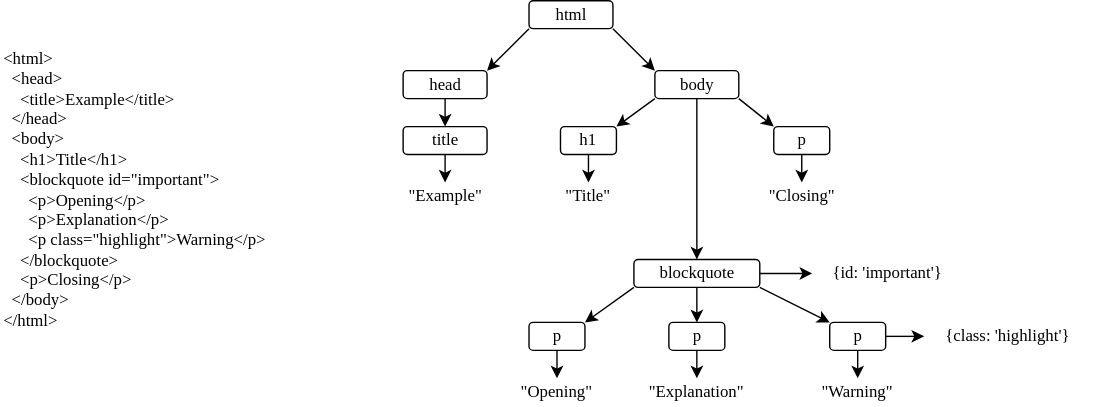
gvwilson/thirdbit keeps this draw.io diagram as sdxpy/check/dom_tree.svg. Above is the earlier version. Source tidied: cells renumbered, new cells last; positions are measured from the earlier drawing's top-left corner, leaving out a move shared by most shapes.
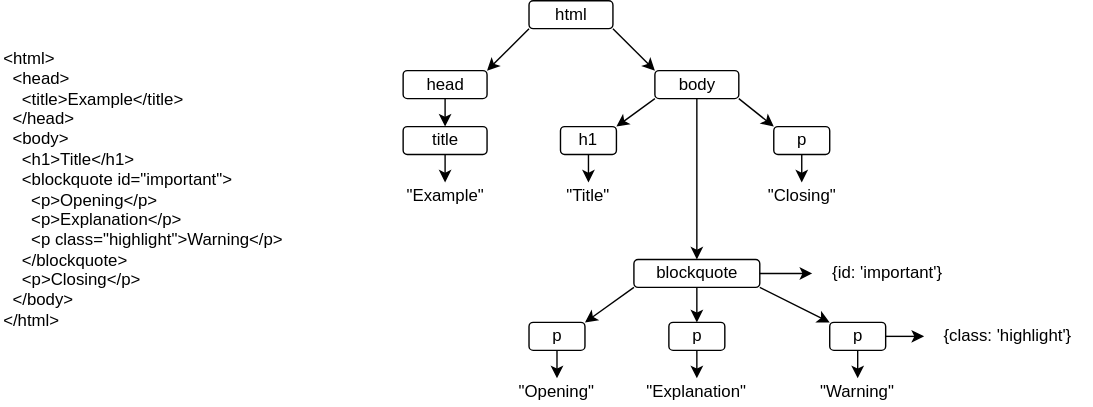
After the commit.

Diff of the diagram source:
```diff
@@ -2,106 +2,106 @@
   <root>
     <mxCell id="0" />
     <mxCell id="1" parent="0" />
-    <mxCell id="2" value="&lt;font style=&quot;font-size: 12px;&quot;&gt;&amp;lt;html&amp;gt;&lt;br&gt;&amp;nbsp; &amp;lt;head&amp;gt;&lt;br&gt;&amp;nbsp; &amp;nbsp; &amp;lt;title&amp;gt;Example&amp;lt;/title&amp;gt;&lt;br&gt;&amp;nbsp; &amp;lt;/head&amp;gt;&lt;br&gt;&amp;nbsp; &amp;lt;body&amp;gt;&lt;br&gt;&amp;nbsp; &amp;nbsp; &amp;lt;h1&amp;gt;Title&amp;lt;/h1&amp;gt;&lt;br&gt;&amp;nbsp; &amp;nbsp; &amp;lt;blockquote id=&quot;important&quot;&amp;gt;&lt;br&gt;&amp;nbsp; &amp;nbsp; &amp;nbsp; &amp;lt;p&amp;gt;Opening&amp;lt;/p&amp;gt;&lt;br&gt;&amp;nbsp; &amp;nbsp; &amp;nbsp; &amp;lt;p&amp;gt;Explanation&amp;lt;/p&amp;gt;&lt;br&gt;&amp;nbsp; &amp;nbsp; &amp;nbsp; &amp;lt;p class=&quot;highlight&quot;&amp;gt;Warning&amp;lt;/p&amp;gt;&lt;br&gt;&amp;nbsp; &amp;nbsp; &amp;lt;/blockquote&amp;gt;&lt;br&gt;&amp;nbsp; &amp;nbsp; &amp;lt;p&amp;gt;Closing&amp;lt;/p&amp;gt;&lt;br&gt;&amp;nbsp; &amp;lt;/body&amp;gt;&lt;br&gt;&amp;lt;/html&amp;gt;&lt;br&gt;&lt;/font&gt;" style="text;html=1;strokeColor=none;fillColor=none;align=left;verticalAlign=middle;whiteSpace=wrap;rounded=0;fontFamily=Verdana;" parent="1" vertex="1">
+    <mxCell id="2" value="&lt;font style=&quot;font-size: 12px;&quot;&gt;&amp;lt;html&amp;gt;&lt;br&gt;&amp;nbsp; &amp;lt;head&amp;gt;&lt;br&gt;&amp;nbsp; &amp;nbsp; &amp;lt;title&amp;gt;Example&amp;lt;/title&amp;gt;&lt;br&gt;&amp;nbsp; &amp;lt;/head&amp;gt;&lt;br&gt;&amp;nbsp; &amp;lt;body&amp;gt;&lt;br&gt;&amp;nbsp; &amp;nbsp; &amp;lt;h1&amp;gt;Title&amp;lt;/h1&amp;gt;&lt;br&gt;&amp;nbsp; &amp;nbsp; &amp;lt;blockquote id=&quot;important&quot;&amp;gt;&lt;br&gt;&amp;nbsp; &amp;nbsp; &amp;nbsp; &amp;lt;p&amp;gt;Opening&amp;lt;/p&amp;gt;&lt;br&gt;&amp;nbsp; &amp;nbsp; &amp;nbsp; &amp;lt;p&amp;gt;Explanation&amp;lt;/p&amp;gt;&lt;br&gt;&amp;nbsp; &amp;nbsp; &amp;nbsp; &amp;lt;p class=&quot;highlight&quot;&amp;gt;Warning&amp;lt;/p&amp;gt;&lt;br&gt;&amp;nbsp; &amp;nbsp; &amp;lt;/blockquote&amp;gt;&lt;br&gt;&amp;nbsp; &amp;nbsp; &amp;lt;p&amp;gt;Closing&amp;lt;/p&amp;gt;&lt;br&gt;&amp;nbsp; &amp;lt;/body&amp;gt;&lt;br&gt;&amp;lt;/html&amp;gt;&lt;br&gt;&lt;/font&gt;" style="text;html=1;strokeColor=none;fillColor=none;align=left;verticalAlign=middle;whiteSpace=wrap;rounded=0;fontFamily=Helvetica;" parent="1" vertex="1">
       <mxGeometry width="250" height="270" as="geometry" />
     </mxCell>
-    <mxCell id="3" value="html" style="rounded=1;whiteSpace=wrap;html=1;fillColor=none;fontFamily=Verdana;fontSize=12;strokeWidth=1;" parent="1" vertex="1">
+    <mxCell id="3" value="html" style="rounded=1;whiteSpace=wrap;html=1;fillColor=none;fontFamily=Helvetica;fontSize=12;strokeWidth=1;" parent="1" vertex="1">
       <mxGeometry x="377.5" width="60" height="20" as="geometry" />
     </mxCell>
-    <mxCell id="4" value="head" style="rounded=1;whiteSpace=wrap;html=1;fillColor=none;fontFamily=Verdana;fontSize=12;strokeWidth=1;" parent="1" vertex="1">
+    <mxCell id="4" value="head" style="rounded=1;whiteSpace=wrap;html=1;fillColor=none;fontFamily=Helvetica;fontSize=12;strokeWidth=1;" parent="1" vertex="1">
       <mxGeometry x="287.5" y="50" width="60" height="20" as="geometry" />
     </mxCell>
-    <mxCell id="5" value="body" style="rounded=1;whiteSpace=wrap;html=1;fillColor=none;fontFamily=Verdana;fontSize=12;strokeWidth=1;" parent="1" vertex="1">
+    <mxCell id="5" value="body" style="rounded=1;whiteSpace=wrap;html=1;fillColor=none;fontFamily=Helvetica;fontSize=12;strokeWidth=1;" parent="1" vertex="1">
       <mxGeometry x="467.5" y="50" width="60" height="20" as="geometry" />
     </mxCell>
-    <mxCell id="6" style="endArrow=classic;html=1;fontFamily=Verdana;fontSize=12;entryX=1;entryY=0;entryDx=0;entryDy=0;exitX=0;exitY=1;exitDx=0;exitDy=0;strokeWidth=1;" parent="1" edge="1" source="3" target="4">
+    <mxCell id="6" style="endArrow=classic;html=1;fontFamily=Helvetica;fontSize=12;entryX=1;entryY=0;entryDx=0;entryDy=0;exitX=0;exitY=1;exitDx=0;exitDy=0;strokeWidth=1;" parent="1" edge="1" source="3" target="4">
       <mxGeometry relative="1" as="geometry" />
     </mxCell>
-    <mxCell id="7" style="endArrow=classic;html=1;fontFamily=Verdana;fontSize=12;entryX=0;entryY=0;entryDx=0;entryDy=0;exitX=1;exitY=1;exitDx=0;exitDy=0;strokeWidth=1;" parent="1" edge="1" source="3" target="5">
+    <mxCell id="7" style="endArrow=classic;html=1;fontFamily=Helvetica;fontSize=12;entryX=0;entryY=0;entryDx=0;entryDy=0;exitX=1;exitY=1;exitDx=0;exitDy=0;strokeWidth=1;" parent="1" edge="1" source="3" target="5">
       <mxGeometry relative="1" as="geometry" />
     </mxCell>
-    <mxCell id="8" style="endArrow=classic;html=1;fontFamily=Verdana;fontSize=12;exitX=0.5;exitY=1;exitDx=0;exitDy=0;strokeWidth=1;entryX=0.5;entryY=0;entryDx=0;entryDy=0;" parent="1" edge="1" source="4" target="23">
+    <mxCell id="8" style="endArrow=classic;html=1;fontFamily=Helvetica;fontSize=12;exitX=0.5;exitY=1;exitDx=0;exitDy=0;strokeWidth=1;entryX=0.5;entryY=0;entryDx=0;entryDy=0;" parent="1" edge="1" source="4" target="23">
       <mxGeometry relative="1" as="geometry" />
     </mxCell>
-    <mxCell id="9" value="h1" style="rounded=1;whiteSpace=wrap;html=1;fillColor=none;fontFamily=Verdana;fontSize=12;strokeWidth=1;" parent="1" vertex="1">
+    <mxCell id="9" value="h1" style="rounded=1;whiteSpace=wrap;html=1;fillColor=none;fontFamily=Helvetica;fontSize=12;strokeWidth=1;" parent="1" vertex="1">
       <mxGeometry x="400" y="90" width="40" height="20" as="geometry" />
     </mxCell>
-    <mxCell id="10" style="endArrow=classic;html=1;fontFamily=Verdana;fontSize=12;exitX=0;exitY=1;exitDx=0;exitDy=0;entryX=1;entryY=0;entryDx=0;entryDy=0;strokeWidth=1;" parent="1" edge="1" source="5" target="9">
+    <mxCell id="10" style="endArrow=classic;html=1;fontFamily=Helvetica;fontSize=12;exitX=0;exitY=1;exitDx=0;exitDy=0;entryX=1;entryY=0;entryDx=0;entryDy=0;strokeWidth=1;" parent="1" edge="1" source="5" target="9">
       <mxGeometry relative="1" as="geometry" />
     </mxCell>
-    <mxCell id="11" value="blockquote" style="rounded=1;whiteSpace=wrap;html=1;fillColor=none;fontFamily=Verdana;fontSize=12;strokeWidth=1;" parent="1" vertex="1">
+    <mxCell id="11" value="blockquote" style="rounded=1;whiteSpace=wrap;html=1;fillColor=none;fontFamily=Helvetica;fontSize=12;strokeWidth=1;" parent="1" vertex="1">
       <mxGeometry x="452.5" y="185" width="90" height="20" as="geometry" />
     </mxCell>
-    <mxCell id="12" style="endArrow=classic;html=1;fontFamily=Verdana;fontSize=12;entryX=0.5;entryY=0;entryDx=0;entryDy=0;exitX=0.5;exitY=1;exitDx=0;exitDy=0;strokeWidth=1;" parent="1" edge="1" source="5" target="11">
+    <mxCell id="12" style="endArrow=classic;html=1;fontFamily=Helvetica;fontSize=12;entryX=0.5;entryY=0;entryDx=0;entryDy=0;exitX=0.5;exitY=1;exitDx=0;exitDy=0;strokeWidth=1;" parent="1" edge="1" source="5" target="11">
       <mxGeometry relative="1" as="geometry" />
     </mxCell>
-    <mxCell id="13" value="{id: 'important'}" style="text;html=1;strokeColor=none;fillColor=none;align=center;verticalAlign=middle;whiteSpace=wrap;rounded=0;fontFamily=Verdana;fontSize=12;strokeWidth=1;" parent="1" vertex="1">
+    <mxCell id="13" value="{id: 'important'}" style="text;html=1;strokeColor=none;fillColor=none;align=center;verticalAlign=middle;whiteSpace=wrap;rounded=0;fontFamily=Helvetica;fontSize=12;strokeWidth=1;" parent="1" vertex="1">
       <mxGeometry x="580" y="185" width="107.5" height="20" as="geometry" />
     </mxCell>
-    <mxCell id="14" value="p" style="rounded=1;whiteSpace=wrap;html=1;fillColor=none;fontFamily=Verdana;fontSize=12;strokeWidth=1;" parent="1" vertex="1">
+    <mxCell id="14" value="p" style="rounded=1;whiteSpace=wrap;html=1;fillColor=none;fontFamily=Helvetica;fontSize=12;strokeWidth=1;" parent="1" vertex="1">
       <mxGeometry x="377.5" y="230" width="40" height="20" as="geometry" />
     </mxCell>
-    <mxCell id="15" value="p" style="rounded=1;whiteSpace=wrap;html=1;fillColor=none;fontFamily=Verdana;fontSize=12;strokeWidth=1;" parent="1" vertex="1">
+    <mxCell id="15" value="p" style="rounded=1;whiteSpace=wrap;html=1;fillColor=none;fontFamily=Helvetica;fontSize=12;strokeWidth=1;" parent="1" vertex="1">
       <mxGeometry x="477.5" y="230" width="40" height="20" as="geometry" />
     </mxCell>
-    <mxCell id="16" value="p" style="rounded=1;whiteSpace=wrap;html=1;fillColor=none;fontFamily=Verdana;fontSize=12;strokeWidth=1;" parent="1" vertex="1">
+    <mxCell id="16" value="p" style="rounded=1;whiteSpace=wrap;html=1;fillColor=none;fontFamily=Helvetica;fontSize=12;strokeWidth=1;" parent="1" vertex="1">
       <mxGeometry x="592.5" y="230" width="40" height="20" as="geometry" />
     </mxCell>
-    <mxCell id="17" style="endArrow=classic;html=1;fontFamily=Verdana;fontSize=12;exitX=0;exitY=1;exitDx=0;exitDy=0;entryX=1;entryY=0;entryDx=0;entryDy=0;strokeWidth=1;" parent="1" edge="1" source="11" target="14">
+    <mxCell id="17" style="endArrow=classic;html=1;fontFamily=Helvetica;fontSize=12;exitX=0;exitY=1;exitDx=0;exitDy=0;entryX=1;entryY=0;entryDx=0;entryDy=0;strokeWidth=1;" parent="1" edge="1" source="11" target="14">
       <mxGeometry relative="1" as="geometry" />
     </mxCell>
-    <mxCell id="18" style="endArrow=classic;html=1;fontFamily=Verdana;fontSize=12;exitX=0.5;exitY=1;exitDx=0;exitDy=0;entryX=0.5;entryY=0;entryDx=0;entryDy=0;strokeWidth=1;" parent="1" edge="1" source="11" target="15">
+    <mxCell id="18" style="endArrow=classic;html=1;fontFamily=Helvetica;fontSize=12;exitX=0.5;exitY=1;exitDx=0;exitDy=0;entryX=0.5;entryY=0;entryDx=0;entryDy=0;strokeWidth=1;" parent="1" edge="1" source="11" target="15">
       <mxGeometry relative="1" as="geometry" />
     </mxCell>
-    <mxCell id="19" style="endArrow=classic;html=1;fontFamily=Verdana;fontSize=12;entryX=0;entryY=0;entryDx=0;entryDy=0;exitX=1;exitY=1;exitDx=0;exitDy=0;strokeWidth=1;" parent="1" edge="1" source="11" target="16">
+    <mxCell id="19" style="endArrow=classic;html=1;fontFamily=Helvetica;fontSize=12;entryX=0;entryY=0;entryDx=0;entryDy=0;exitX=1;exitY=1;exitDx=0;exitDy=0;strokeWidth=1;" parent="1" edge="1" source="11" target="16">
       <mxGeometry relative="1" as="geometry" />
     </mxCell>
-    <mxCell id="20" value="{class: 'highlight'}" style="text;html=1;strokeColor=none;fillColor=none;align=center;verticalAlign=middle;whiteSpace=wrap;rounded=0;fontFamily=Verdana;fontSize=12;strokeWidth=1;" parent="1" vertex="1">
+    <mxCell id="20" value="{class: 'highlight'}" style="text;html=1;strokeColor=none;fillColor=none;align=center;verticalAlign=middle;whiteSpace=wrap;rounded=0;fontFamily=Helvetica;fontSize=12;strokeWidth=1;" parent="1" vertex="1">
       <mxGeometry x="660" y="230" width="120" height="20" as="geometry" />
     </mxCell>
-    <mxCell id="21" value="p" style="rounded=1;whiteSpace=wrap;html=1;fillColor=none;fontFamily=Verdana;fontSize=12;strokeWidth=1;" parent="1" vertex="1">
+    <mxCell id="21" value="p" style="rounded=1;whiteSpace=wrap;html=1;fillColor=none;fontFamily=Helvetica;fontSize=12;strokeWidth=1;" parent="1" vertex="1">
       <mxGeometry x="552.5" y="90" width="40" height="20" as="geometry" />
     </mxCell>
-    <mxCell id="22" style="endArrow=classic;html=1;fontFamily=Verdana;fontSize=12;exitX=1;exitY=1;exitDx=0;exitDy=0;entryX=0;entryY=0;entryDx=0;entryDy=0;strokeWidth=1;" parent="1" edge="1" source="5" target="21">
+    <mxCell id="22" style="endArrow=classic;html=1;fontFamily=Helvetica;fontSize=12;exitX=1;exitY=1;exitDx=0;exitDy=0;entryX=0;entryY=0;entryDx=0;entryDy=0;strokeWidth=1;" parent="1" edge="1" source="5" target="21">
       <mxGeometry relative="1" as="geometry" />
     </mxCell>
-    <mxCell id="23" value="title" style="rounded=1;whiteSpace=wrap;html=1;fillColor=none;fontFamily=Verdana;fontSize=12;strokeWidth=1;" parent="1" vertex="1">
+    <mxCell id="23" value="title" style="rounded=1;whiteSpace=wrap;html=1;fillColor=none;fontFamily=Helvetica;fontSize=12;strokeWidth=1;" parent="1" vertex="1">
       <mxGeometry x="287.5" y="90" width="60" height="20" as="geometry" />
     </mxCell>
-    <mxCell id="24" value="&quot;Example&quot;" style="text;html=1;strokeColor=none;fillColor=none;align=center;verticalAlign=middle;whiteSpace=wrap;rounded=0;fontFamily=Verdana;fontSize=12;strokeWidth=1;" parent="1" vertex="1">
+    <mxCell id="24" value="&quot;Example&quot;" style="text;html=1;strokeColor=none;fillColor=none;align=center;verticalAlign=middle;whiteSpace=wrap;rounded=0;fontFamily=Helvetica;fontSize=12;strokeWidth=1;" parent="1" vertex="1">
       <mxGeometry x="277.5" y="130" width="80" height="20" as="geometry" />
     </mxCell>
-    <mxCell id="25" style="endArrow=classic;html=1;fontFamily=Verdana;fontSize=12;strokeWidth=1;exitX=0.5;exitY=1;exitDx=0;exitDy=0;entryX=0.5;entryY=0;entryDx=0;entryDy=0;" parent="1" edge="1" source="23" target="24">
+    <mxCell id="25" style="endArrow=classic;html=1;fontFamily=Helvetica;fontSize=12;strokeWidth=1;exitX=0.5;exitY=1;exitDx=0;exitDy=0;entryX=0.5;entryY=0;entryDx=0;entryDy=0;" parent="1" edge="1" source="23" target="24">
       <mxGeometry relative="1" as="geometry" />
     </mxCell>
-    <mxCell id="26" value="&quot;Title&quot;" style="text;html=1;strokeColor=none;fillColor=none;align=center;verticalAlign=middle;whiteSpace=wrap;rounded=0;fontFamily=Verdana;fontSize=12;strokeWidth=1;" parent="1" vertex="1">
+    <mxCell id="26" value="&quot;Title&quot;" style="text;html=1;strokeColor=none;fillColor=none;align=center;verticalAlign=middle;whiteSpace=wrap;rounded=0;fontFamily=Helvetica;fontSize=12;strokeWidth=1;" parent="1" vertex="1">
       <mxGeometry x="390" y="130" width="60" height="20" as="geometry" />
     </mxCell>
-    <mxCell id="27" style="endArrow=classic;html=1;fontFamily=Verdana;fontSize=12;exitX=0.5;exitY=1;exitDx=0;exitDy=0;strokeWidth=1;entryX=0.5;entryY=0;entryDx=0;entryDy=0;" parent="1" edge="1" source="9" target="26">
+    <mxCell id="27" style="endArrow=classic;html=1;fontFamily=Helvetica;fontSize=12;exitX=0.5;exitY=1;exitDx=0;exitDy=0;strokeWidth=1;entryX=0.5;entryY=0;entryDx=0;entryDy=0;" parent="1" edge="1" source="9" target="26">
       <mxGeometry relative="1" as="geometry" />
     </mxCell>
-    <mxCell id="28" value="&quot;Opening&quot;" style="text;html=1;strokeColor=none;fillColor=none;align=center;verticalAlign=middle;whiteSpace=wrap;rounded=0;fontFamily=Verdana;fontSize=12;strokeWidth=1;" parent="1" vertex="1">
+    <mxCell id="28" value="&quot;Opening&quot;" style="text;html=1;strokeColor=none;fillColor=none;align=center;verticalAlign=middle;whiteSpace=wrap;rounded=0;fontFamily=Helvetica;fontSize=12;strokeWidth=1;" parent="1" vertex="1">
       <mxGeometry x="350" y="270" width="95" height="20" as="geometry" />
     </mxCell>
-    <mxCell id="29" value="&quot;Explanation&quot;" style="text;html=1;strokeColor=none;fillColor=none;align=center;verticalAlign=middle;whiteSpace=wrap;rounded=0;fontFamily=Verdana;fontSize=12;strokeWidth=1;" parent="1" vertex="1">
+    <mxCell id="29" value="&quot;Explanation&quot;" style="text;html=1;strokeColor=none;fillColor=none;align=center;verticalAlign=middle;whiteSpace=wrap;rounded=0;fontFamily=Helvetica;fontSize=12;strokeWidth=1;" parent="1" vertex="1">
       <mxGeometry x="450" y="270" width="95" height="20" as="geometry" />
     </mxCell>
-    <mxCell id="30" style="endArrow=classic;html=1;fontFamily=Verdana;fontSize=12;strokeWidth=1;entryX=0.5;entryY=0;entryDx=0;entryDy=0;exitX=0.5;exitY=1;exitDx=0;exitDy=0;" parent="1" edge="1" source="14" target="28">
+    <mxCell id="30" style="endArrow=classic;html=1;fontFamily=Helvetica;fontSize=12;strokeWidth=1;entryX=0.5;entryY=0;entryDx=0;entryDy=0;exitX=0.5;exitY=1;exitDx=0;exitDy=0;" parent="1" edge="1" source="14" target="28">
       <mxGeometry relative="1" as="geometry" />
     </mxCell>
-    <mxCell id="31" style="endArrow=classic;html=1;fontFamily=Verdana;fontSize=12;strokeWidth=1;entryX=0.5;entryY=0;entryDx=0;entryDy=0;exitX=0.5;exitY=1;exitDx=0;exitDy=0;" parent="1" edge="1" source="15" target="29">
+    <mxCell id="31" style="endArrow=classic;html=1;fontFamily=Helvetica;fontSize=12;strokeWidth=1;entryX=0.5;entryY=0;entryDx=0;entryDy=0;exitX=0.5;exitY=1;exitDx=0;exitDy=0;" parent="1" edge="1" source="15" target="29">
       <mxGeometry relative="1" as="geometry" />
     </mxCell>
-    <mxCell id="32" value="&quot;Warning&quot;" style="text;html=1;strokeColor=none;fillColor=none;align=center;verticalAlign=middle;whiteSpace=wrap;rounded=0;fontFamily=Verdana;fontSize=12;strokeWidth=1;" parent="1" vertex="1">
+    <mxCell id="32" value="&quot;Warning&quot;" style="text;html=1;strokeColor=none;fillColor=none;align=center;verticalAlign=middle;whiteSpace=wrap;rounded=0;fontFamily=Helvetica;fontSize=12;strokeWidth=1;" parent="1" vertex="1">
       <mxGeometry x="565" y="270" width="95" height="20" as="geometry" />
     </mxCell>
-    <mxCell id="33" style="endArrow=classic;html=1;fontFamily=Verdana;fontSize=12;strokeWidth=1;entryX=0.5;entryY=0;entryDx=0;entryDy=0;exitX=0.5;exitY=1;exitDx=0;exitDy=0;" parent="1" edge="1" source="16" target="32">
+    <mxCell id="33" style="endArrow=classic;html=1;fontFamily=Helvetica;fontSize=12;strokeWidth=1;entryX=0.5;entryY=0;entryDx=0;entryDy=0;exitX=0.5;exitY=1;exitDx=0;exitDy=0;" parent="1" edge="1" source="16" target="32">
       <mxGeometry relative="1" as="geometry" />
     </mxCell>
-    <mxCell id="34" value="&quot;Closing&quot;" style="text;html=1;strokeColor=none;fillColor=none;align=center;verticalAlign=middle;whiteSpace=wrap;rounded=0;fontFamily=Verdana;fontSize=12;strokeWidth=1;" parent="1" vertex="1">
+    <mxCell id="34" value="&quot;Closing&quot;" style="text;html=1;strokeColor=none;fillColor=none;align=center;verticalAlign=middle;whiteSpace=wrap;rounded=0;fontFamily=Helvetica;fontSize=12;strokeWidth=1;" parent="1" vertex="1">
       <mxGeometry x="532.5" y="130" width="80" height="20" as="geometry" />
     </mxCell>
-    <mxCell id="35" style="endArrow=classic;html=1;fontFamily=Verdana;fontSize=12;exitX=0.5;exitY=1;exitDx=0;exitDy=0;strokeWidth=1;entryX=0.5;entryY=0;entryDx=0;entryDy=0;" parent="1" edge="1" source="21" target="34">
+    <mxCell id="35" style="endArrow=classic;html=1;fontFamily=Helvetica;fontSize=12;exitX=0.5;exitY=1;exitDx=0;exitDy=0;strokeWidth=1;entryX=0.5;entryY=0;entryDx=0;entryDy=0;" parent="1" edge="1" source="21" target="34">
       <mxGeometry relative="1" as="geometry" />
     </mxCell>
     <mxCell id="36" style="endArrow=classic;html=1;rounded=0;entryX=0;entryY=0.5;entryDx=0;entryDy=0;exitX=1;exitY=0.5;exitDx=0;exitDy=0;" parent="1" edge="1" source="11" target="13">
```
